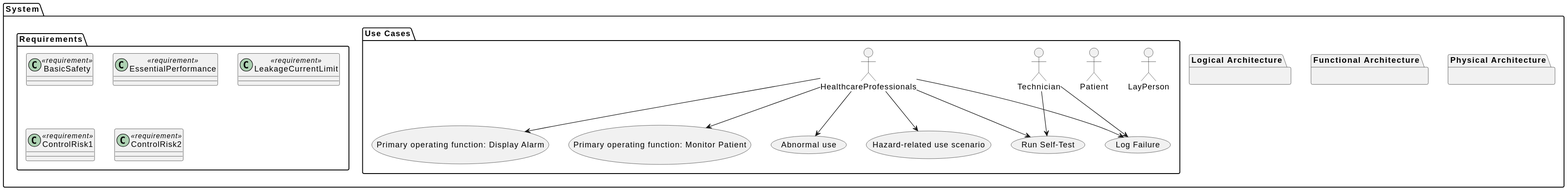
This is 2. Design and Development/Products/GED - Generic Device/DHF/TD-GED-1XX Product Level/TD-GEN-101 SysML Model.svg from evolunis/openQMS, a PlantUML export, as it was before one commit. The source it was exported from:
```plantuml
@startuml
allow_mixing


package "System" {
package "Requirements" {
  class BasicSafety <<requirement>>
  class EssentialPerformance <<requirement>>
  class LeakageCurrentLimit <<requirement>>
  class ControlRisk1 <<requirement>>
  class ControlRisk2 <<requirement>>
}

package "Logical Architecture" {

}

package "Functional Architecture" {

}

package "Physical Architecture" {

}

package "Use Cases" {
  actor HealthcareProfessionals
  actor Technician
  actor Patient
  actor LayPerson

  usecase "Run Self-Test" as UC1
  usecase "Log Failure" as UC2
  usecase "Primary operating function: Display Alarm" as UC3
  usecase "Primary operating function: Monitor Patient" as UC4
  usecase "Abnormal use" as UC5
  usecase "Hazard-related use scenario" as UC6

  HealthcareProfessionals --> UC1
  Technician --> UC1
  HealthcareProfessionals --> UC2
  Technician --> UC2
  HealthcareProfessionals --> UC3
  HealthcareProfessionals --> UC4
  HealthcareProfessionals --> UC5
  HealthcareProfessionals --> UC6
}

}
@enduml
```
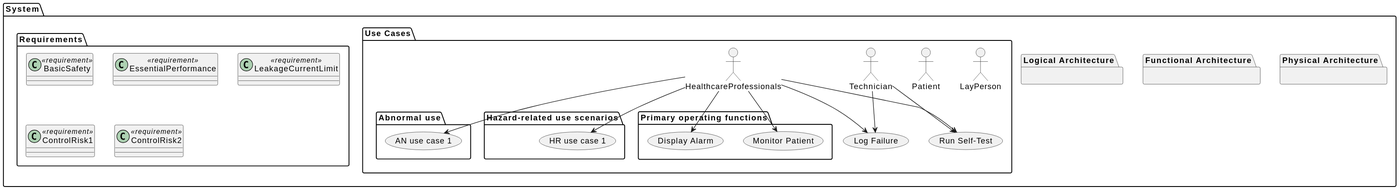
The same file after the commit.

Commit message:
Group use cases

Change to the diagram source:
```diff
@@ -31,19 +31,27 @@
 
   usecase "Run Self-Test" as UC1
   usecase "Log Failure" as UC2
-  usecase "Primary operating function: Display Alarm" as UC3
-  usecase "Primary operating function: Monitor Patient" as UC4
-  usecase "Abnormal use" as UC5
-  usecase "Hazard-related use scenario" as UC6
-
   HealthcareProfessionals --> UC1
   Technician --> UC1
   HealthcareProfessionals --> UC2
   Technician --> UC2
-  HealthcareProfessionals --> UC3
-  HealthcareProfessionals --> UC4
+
+  package "Primary operating functions" {
+   usecase "Display Alarm" as UC3
+   usecase "Monitor Patient" as UC4
+   HealthcareProfessionals --> UC3
+   HealthcareProfessionals --> UC4
+  }
+
+  package "Abnormal use" {
+  usecase "AN use case 1" as UC5
   HealthcareProfessionals --> UC5
+  }
+  package "Hazard-related use scenarios" {
+  usecase "HR use case 1" as UC6
   HealthcareProfessionals --> UC6
+  }
+
 }
 
 }
```
